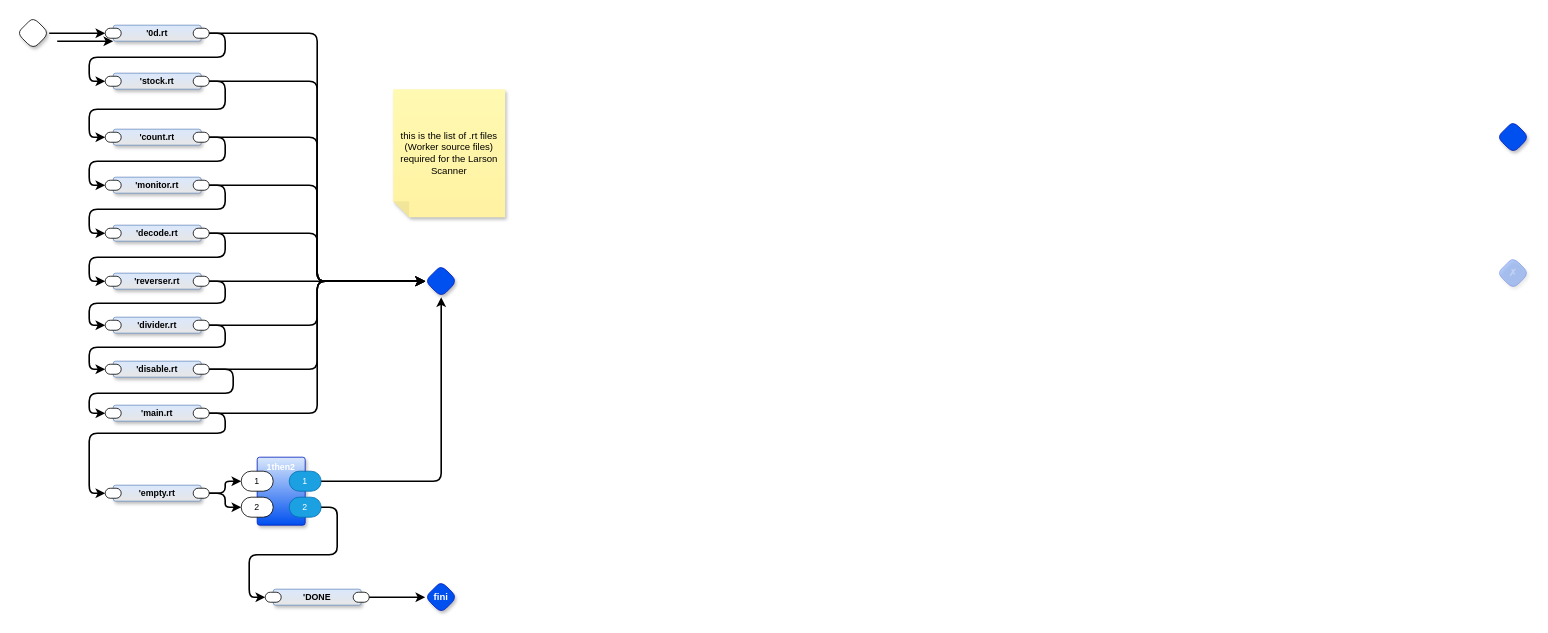
The draw.io diagram page "Worker Filenames" (2 of 28) of larson-html.drawio in guitarvydas/html-larson, before the edit. Source tidied: cells renumbered, new cells numbered last; positions are measured from the earlier drawing's top-left corner, leaving out a move shared by most shapes. Both pictures are drawn from the tidied source at 80%, with x=0, y=0 at pixel (17, 17).
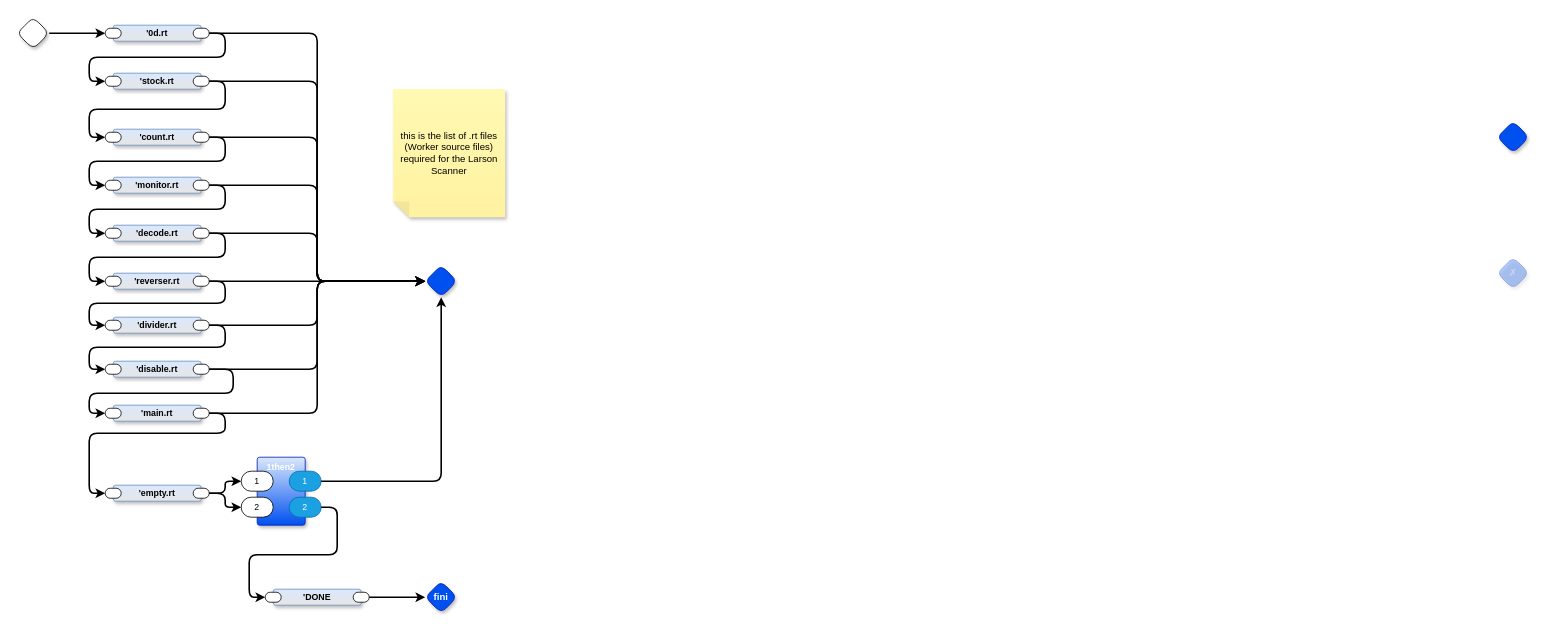
Above is the later version.

Diff of the diagram source:
```diff
@@
-    <mxCell id="70" style="edgeStyle=orthogonalEdgeStyle;shape=connector;curved=0;rounded=1;orthogonalLoop=1;jettySize=auto;html=1;exitX=1;exitY=0.5;exitDx=0;exitDy=0;exitPerimeter=0;entryX=0;entryY=0.5;entryDx=0;entryDy=0;entryPerimeter=0;strokeColor=default;strokeWidth=2;align=center;verticalAlign=middle;fontFamily=Helvetica;fontSize=11;fontColor=default;labelBackgroundColor=default;endArrow=classic;" parent="1" edge="1">
-      <mxGeometry relative="1" as="geometry">
-        <mxPoint x="50" y="30" as="sourcePoint" />
-        <mxPoint x="120" y="30" as="targetPoint" />
-      </mxGeometry>
-    </mxCell>
```
